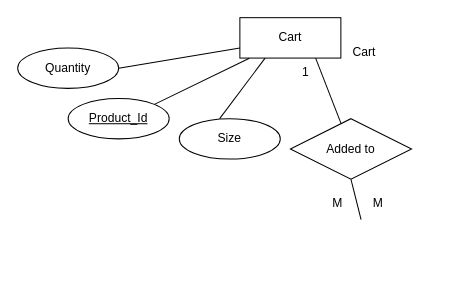
Earlier version of the draw.io diagram Untitled Diagram.drawio (GitFather47/SmartKroy-Online-Shopping-App). Source tidied: cells renumbered, new cells numbered last; positions are measured from the earlier drawing's top-left corner, leaving out a move shared by most shapes. Both pictures are drawn from the tidied source at 101%, with x=0, y=0 at pixel (17, 17).
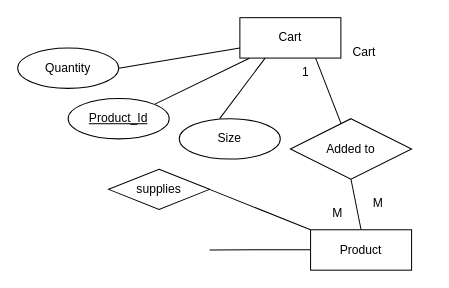
After the change.

Change to the diagram source:
```diff
@@
-    <mxCell id="13" style="endArrow=none;html=1;rounded=0;" parent="1" edge="1">
+    <mxCell id="13" style="endArrow=none;html=1;rounded=0;exitX=0.5;exitY=0;exitDx=0;exitDy=0;" parent="1" edge="1" source="16">
       <mxGeometry relative="1" as="geometry">
-        <mxPoint x="340" y="200" as="sourcePoint" />
         <mxPoint x="330" y="160" as="targetPoint" />
       </mxGeometry>
     </mxCell>
     <mxCell id="14" value="M" style="text;whiteSpace=wrap;html=1;" parent="1" vertex="1">
-      <mxGeometry x="310" y="170" width="60" height="40" as="geometry" />
+      <mxGeometry x="310" y="180" width="60" height="40" as="geometry" />
     </mxCell>
@@
+    <mxCell id="16" value="Product" style="whiteSpace=wrap;html=1;align=center;" parent="1" vertex="1">
+      <mxGeometry x="290" y="210" width="100" height="40" as="geometry" />
+    </mxCell>
+    <mxCell id="17" value="supplies" style="shape=rhombus;perimeter=rhombusPerimeter;whiteSpace=wrap;html=1;align=center;" parent="1" vertex="1">
+      <mxGeometry x="90" y="150" width="100" height="40" as="geometry" />
+    </mxCell>
+    <mxCell id="18" style="endArrow=none;html=1;rounded=0;exitX=1;exitY=0.5;exitDx=0;exitDy=0;entryX=0;entryY=0;entryDx=0;entryDy=0;" parent="1" edge="1" source="17" target="16">
+      <mxGeometry relative="1" as="geometry" />
+    </mxCell>
+    <mxCell id="19" style="endArrow=none;html=1;rounded=0;" parent="1" edge="1">
+      <mxGeometry relative="1" as="geometry">
+        <mxPoint x="190" y="230" as="sourcePoint" />
+        <mxPoint x="290" y="229.7" as="targetPoint" />
+      </mxGeometry>
+    </mxCell>
```
